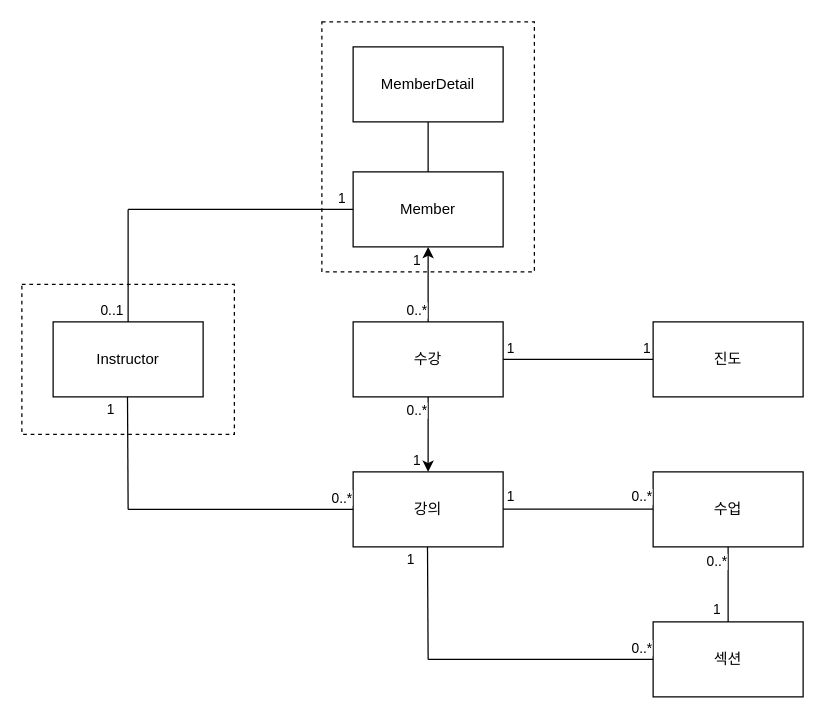
Before: docs/splearn.drawio in javython999/splearn, a draw.io diagram. Source tidied: cells renumbered, new cells numbered last; positions are measured from the earlier drawing's top-left corner, leaving out a move shared by most shapes. Both pictures are drawn from the tidied source at 125%, with x=0, y=0 at pixel (21, 21).
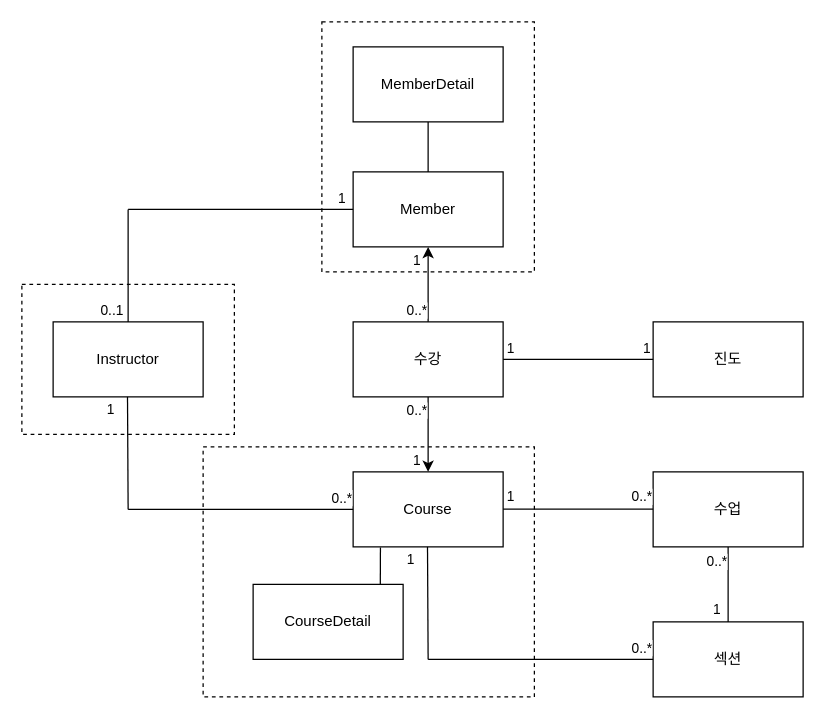
The same page after the edit.

Diff of the diagram source:
```diff
@@
+    <mxCell id="40" value=" " style="rounded=0;whiteSpace=wrap;html=1;dashed=1;strokeColor=light-dark(#000000,#00FFFF);" parent="1" vertex="1">
+      <mxGeometry x="145" y="340" width="265" height="200" as="geometry" />
+    </mxCell>
@@
-    <mxCell id="11" value="강의" style="rounded=0;whiteSpace=wrap;html=1;" parent="1" vertex="1">
+    <mxCell id="11" value="Course" style="rounded=0;whiteSpace=wrap;html=1;" parent="1" vertex="1">
       <mxGeometry x="265" y="360" width="120" height="60" as="geometry" />
     </mxCell>
@@
+    <mxCell id="41" value="CourseDetail" style="rounded=0;whiteSpace=wrap;html=1;" parent="1" vertex="1">
+      <mxGeometry x="185" y="450" width="120" height="60" as="geometry" />
+    </mxCell>
+    <mxCell id="42" style="endArrow=none;html=1;rounded=0;entryX=0.182;entryY=1.007;entryDx=0;entryDy=0;entryPerimeter=0;exitX=0.848;exitY=0;exitDx=0;exitDy=0;exitPerimeter=0;" parent="1" edge="1" source="41" target="11">
+      <mxGeometry relative="1" as="geometry" />
+    </mxCell>
```
